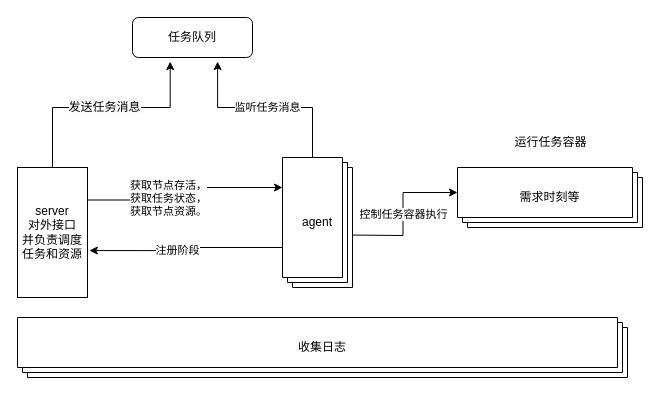
Before: 未命名绘图.drawio in asiaro/FileForm, a draw.io diagram. Source tidied: cells renumbered, new cells numbered last; positions are measured from the earlier drawing's top-left corner, leaving out a move shared by most shapes. Both pictures are drawn from the tidied source at 100%, with x=0, y=0 at pixel (17, 17).
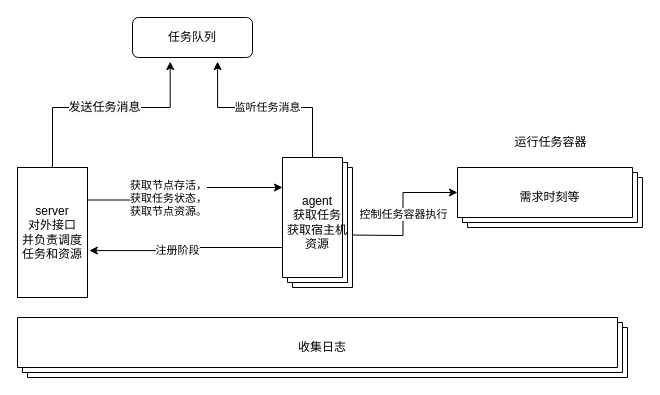
The same diagram, later.

Change to the diagram source:
```diff
@@
 <mxGraphModel>
   <root>
     <mxCell id="0" />
     <mxCell id="1" parent="0" />
     <mxCell id="2" value="任务队列" style="rounded=1;whiteSpace=wrap;html=1;fontSize=12;glass=0;strokeWidth=1;shadow=0;" parent="1" vertex="1">
       <mxGeometry x="115" width="120" height="40" as="geometry" />
     </mxCell>
     <mxCell id="3" value="&lt;span style=&quot;color: rgb(0, 0, 0); font-family: Helvetica; font-size: 12px; font-style: normal; font-variant-ligatures: normal; font-variant-caps: normal; font-weight: 400; letter-spacing: normal; orphans: 2; text-align: center; text-indent: 0px; text-transform: none; widows: 2; word-spacing: 0px; -webkit-text-stroke-width: 0px; background-color: rgb(251, 251, 251); text-decoration-thickness: initial; text-decoration-style: initial; text-decoration-color: initial; float: none; display: inline !important;&quot;&gt;发送任务消息&lt;/span&gt;" style="edgeStyle=orthogonalEdgeStyle;rounded=0;jettySize=auto;html=1;exitX=0.5;exitY=0;exitDx=0;exitDy=0;entryX=0.314;entryY=1.102;entryDx=0;entryDy=0;entryPerimeter=0;" parent="1" edge="1" source="6" target="2">
       <mxGeometry relative="1" as="geometry">
         <Array as="points">
           <mxPoint x="35" y="90" />
           <mxPoint x="153" y="90" />
         </Array>
       </mxGeometry>
     </mxCell>
     <mxCell id="4" style="edgeStyle=orthogonalEdgeStyle;rounded=0;jettySize=auto;html=1;exitX=1;exitY=0.25;exitDx=0;exitDy=0;entryX=0;entryY=0;entryDx=0;entryDy=30;entryPerimeter=0;" parent="1" edge="1" source="6" target="14">
       <mxGeometry relative="1" as="geometry" />
     </mxCell>
     <mxCell id="5" value="获取节点存活，&lt;br&gt;获取任务状态，&lt;br&gt;获取节点资源。" style="edgeLabel;html=1;align=center;verticalAlign=middle;" parent="4" vertex="1">
       <mxGeometry x="-0.23" y="2" relative="1" as="geometry" />
     </mxCell>
     <mxCell id="6" value="server&lt;br&gt;对外接口&lt;br style=&quot;border-color: var(--border-color);&quot;&gt;&lt;span style=&quot;&quot;&gt;并负责调度任务和资源&lt;/span&gt;" style="rounded=0;whiteSpace=wrap;html=1;" parent="1" vertex="1">
       <mxGeometry y="150" width="70" height="130" as="geometry" />
     </mxCell>
     <mxCell id="7" value="控制任务容器执行" style="edgeStyle=orthogonalEdgeStyle;rounded=0;jettySize=auto;html=1;entryX=0;entryY=0;entryDx=0;entryDy=25;entryPerimeter=0;" parent="1" edge="1" target="10">
       <mxGeometry relative="1" as="geometry">
         <mxPoint x="330" y="217.5" as="sourcePoint" />
       </mxGeometry>
     </mxCell>
     <mxCell id="8" value="运行任务容器" style="text;html=1;align=center;verticalAlign=middle;strokeColor=none;fillColor=none;" parent="1" vertex="1">
       <mxGeometry x="482.5" y="110" width="100" height="30" as="geometry" />
     </mxCell>
     <mxCell id="9" value="收集日志" style="verticalLabelPosition=middle;verticalAlign=middle;html=1;shape=mxgraph.basic.layered_rect;dx=10;whiteSpace=wrap;labelPosition=center;align=center;" parent="1" vertex="1">
       <mxGeometry y="300" width="610" height="60" as="geometry" />
     </mxCell>
     <mxCell id="10" value="需求时刻等" style="verticalLabelPosition=middle;verticalAlign=middle;html=1;shape=mxgraph.basic.layered_rect;dx=10;outlineConnect=0;whiteSpace=wrap;labelPosition=center;align=center;" parent="1" vertex="1">
       <mxGeometry x="440" y="150" width="185" height="60" as="geometry" />
     </mxCell>
     <mxCell id="11" value="监听任务消息" style="edgeStyle=orthogonalEdgeStyle;rounded=0;jettySize=auto;html=1;exitX=0;exitY=0;exitDx=30;exitDy=0;exitPerimeter=0;entryX=0.709;entryY=1.102;entryDx=0;entryDy=0;entryPerimeter=0;" parent="1" edge="1" source="14" target="2">
       <mxGeometry relative="1" as="geometry" />
     </mxCell>
     <mxCell id="12" style="edgeStyle=orthogonalEdgeStyle;rounded=0;jettySize=auto;html=1;exitX=0;exitY=0;exitDx=0;exitDy=90;exitPerimeter=0;entryX=1.026;entryY=0.639;entryDx=0;entryDy=0;entryPerimeter=0;" parent="1" edge="1" source="14" target="6">
       <mxGeometry relative="1" as="geometry" />
     </mxCell>
     <mxCell id="13" value="注册阶段" style="edgeLabel;html=1;align=center;verticalAlign=middle;" parent="12" vertex="1">
       <mxGeometry x="0.11" y="-1" relative="1" as="geometry" />
     </mxCell>
-    <mxCell id="14" value="agent" style="verticalLabelPosition=middle;verticalAlign=middle;html=1;shape=mxgraph.basic.layered_rect;dx=10;outlineConnect=0;whiteSpace=wrap;labelPosition=center;align=center;" parent="1" vertex="1">
+    <mxCell id="14" value="agent&lt;br&gt;获取任务&lt;br&gt;获取宿主机资源" style="verticalLabelPosition=middle;verticalAlign=middle;html=1;shape=mxgraph.basic.layered_rect;dx=10;outlineConnect=0;whiteSpace=wrap;labelPosition=center;align=center;" parent="1" vertex="1">
       <mxGeometry x="265" y="140" width="70" height="130" as="geometry" />
     </mxCell>
   </root>
 </mxGraphModel>
```
